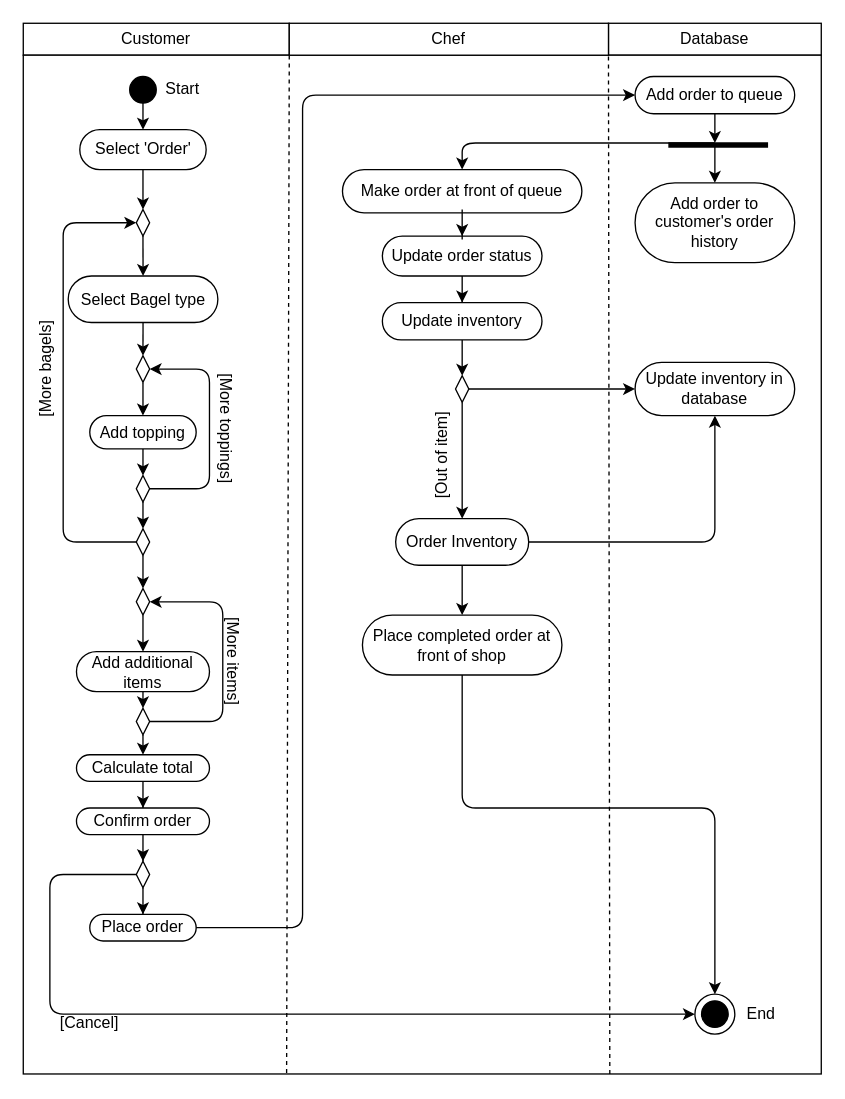
jennaknudsen/cs3450-7even keeps this draw.io diagram as docs/activity_diagrams_individual/order_bagel.drawio. Above is the earlier version. Source tidied: cells renumbered, new cells numbered last; positions are measured from the earlier drawing's top-left corner, leaving out a move shared by most shapes. Both pictures are drawn from the tidied source at 133%, with x=0, y=0 at pixel (-17, 23).
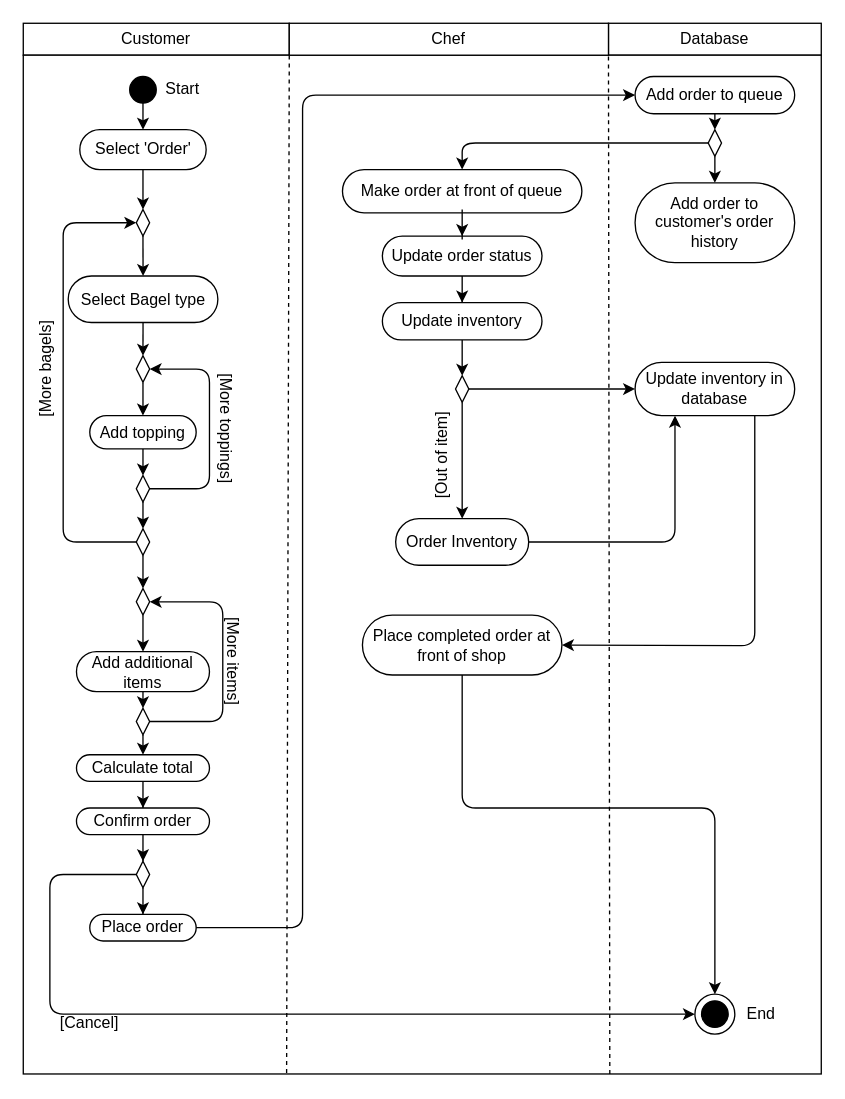
Above is the later version.

Unchanged cells that the change refers to:
```xml
<mxCell id="14" value="Make order at front of queue" style="whiteSpace=wrap;html=1;rounded=1;fillColor=none;arcSize=50;" parent="1" vertex="1">
  <mxGeometry x="270" y="110" width="180" height="32.5" as="geometry" />
</mxCell>
<mxCell id="16" value="Add order to queue" style="whiteSpace=wrap;html=1;rounded=1;fillColor=none;arcSize=50;" parent="1" vertex="1">
  <mxGeometry x="490" y="40" width="120" height="28" as="geometry" />
</mxCell>
<mxCell id="54" value="Add order to customer's order history" style="whiteSpace=wrap;html=1;rounded=1;fillColor=none;arcSize=50;" parent="1" vertex="1">
  <mxGeometry x="490" y="120" width="120" height="60" as="geometry" />
</mxCell>
<mxCell id="66" value="Update inventory in database" style="rounded=1;whiteSpace=wrap;html=1;arcSize=50;" parent="1" vertex="1">
  <mxGeometry x="490" y="255" width="120" height="40" as="geometry" />
</mxCell>
<mxCell id="68" value="Order Inventory" style="whiteSpace=wrap;html=1;rounded=1;fillColor=none;arcSize=50;" parent="1" vertex="1">
  <mxGeometry x="310" y="372.5" width="100" height="35" as="geometry" />
</mxCell>
<mxCell id="71" value="Place completed order at front of shop" style="whiteSpace=wrap;html=1;rounded=1;fillColor=none;arcSize=50;" parent="1" vertex="1">
  <mxGeometry x="285" y="445" width="150" height="45" as="geometry" />
</mxCell>
```

Diff of the diagram source:
```diff
@@
-    <mxCell id="55" style="endArrow=none;html=1;strokeWidth=4;" parent="1" edge="1">
-      <mxGeometry relative="1" as="geometry">
-        <mxPoint x="515" y="91.5" as="sourcePoint" />
-        <mxPoint x="590" y="91.5" as="targetPoint" />
-      </mxGeometry>
-    </mxCell>
-    <mxCell id="56" style="endArrow=classic;html=1;strokeWidth=1;exitX=0.5;exitY=1;exitDx=0;exitDy=0;" parent="1" edge="1" source="16">
-      <mxGeometry relative="1" as="geometry">
-        <mxPoint x="550" y="90" as="targetPoint" />
-      </mxGeometry>
+    <mxCell id="56" style="endArrow=classic;html=1;strokeWidth=1;exitX=0.5;exitY=1;exitDx=0;exitDy=0;entryX=0.5;entryY=0;entryDx=0;entryDy=0;" parent="1" edge="1" source="16" target="72">
+      <mxGeometry relative="1" as="geometry" />
     </mxCell>
-    <mxCell id="57" style="endArrow=classic;html=1;strokeWidth=1;entryX=0.5;entryY=0;entryDx=0;entryDy=0;" parent="1" edge="1" target="54">
-      <mxGeometry relative="1" as="geometry">
-        <mxPoint x="550" y="90" as="sourcePoint" />
-      </mxGeometry>
+    <mxCell id="57" style="endArrow=classic;html=1;strokeWidth=1;entryX=0.5;entryY=0;entryDx=0;entryDy=0;exitX=0.5;exitY=1;exitDx=0;exitDy=0;" parent="1" edge="1" source="72" target="54">
+      <mxGeometry relative="1" as="geometry" />
     </mxCell>
-    <mxCell id="58" style="endArrow=classic;html=1;strokeWidth=1;entryX=0.5;entryY=0;entryDx=0;entryDy=0;" parent="1" edge="1" target="14">
+    <mxCell id="58" style="endArrow=classic;html=1;strokeWidth=1;entryX=0.5;entryY=0;entryDx=0;entryDy=0;exitX=0;exitY=0.5;exitDx=0;exitDy=0;" parent="1" edge="1" source="72" target="14">
       <mxGeometry relative="1" as="geometry">
-        <mxPoint x="550" y="90" as="sourcePoint" />
         <Array as="points">
           <mxPoint x="360" y="90" />
         </Array>
       </mxGeometry>
     </mxCell>
@@
-    <mxCell id="67" style="edgeStyle=orthogonalEdgeStyle;rounded=0;jettySize=auto;html=1;strokeWidth=1;" parent="1" edge="1" source="68" target="71">
-      <mxGeometry relative="1" as="geometry" />
-    </mxCell>
@@
-    <mxCell id="70" style="endArrow=classic;html=1;strokeWidth=1;exitX=1;exitY=0.5;exitDx=0;exitDy=0;entryX=0.5;entryY=1;entryDx=0;entryDy=0;" parent="1" edge="1" source="68" target="66">
+    <mxCell id="70" style="endArrow=classic;html=1;strokeWidth=1;exitX=1;exitY=0.5;exitDx=0;exitDy=0;entryX=0.25;entryY=1;entryDx=0;entryDy=0;" parent="1" edge="1" source="68" target="66">
       <mxGeometry relative="1" as="geometry">
         <Array as="points">
-          <mxPoint x="550" y="390" />
+          <mxPoint x="520" y="390" />
         </Array>
       </mxGeometry>
     </mxCell>
@@
+    <mxCell id="72" style="rhombus;whiteSpace=wrap;html=1;rounded=0;fillColor=none;gradientColor=none;" parent="1" vertex="1">
+      <mxGeometry x="545" y="80" width="10" height="20" as="geometry" />
+    </mxCell>
+    <mxCell id="73" style="endArrow=classic;html=1;exitX=0.75;exitY=1;exitDx=0;exitDy=0;entryX=1;entryY=0.5;entryDx=0;entryDy=0;" parent="1" edge="1" source="66" target="71">
+      <mxGeometry relative="1" as="geometry">
+        <Array as="points">
+          <mxPoint x="580" y="468" />
+        </Array>
+      </mxGeometry>
+    </mxCell>
```
